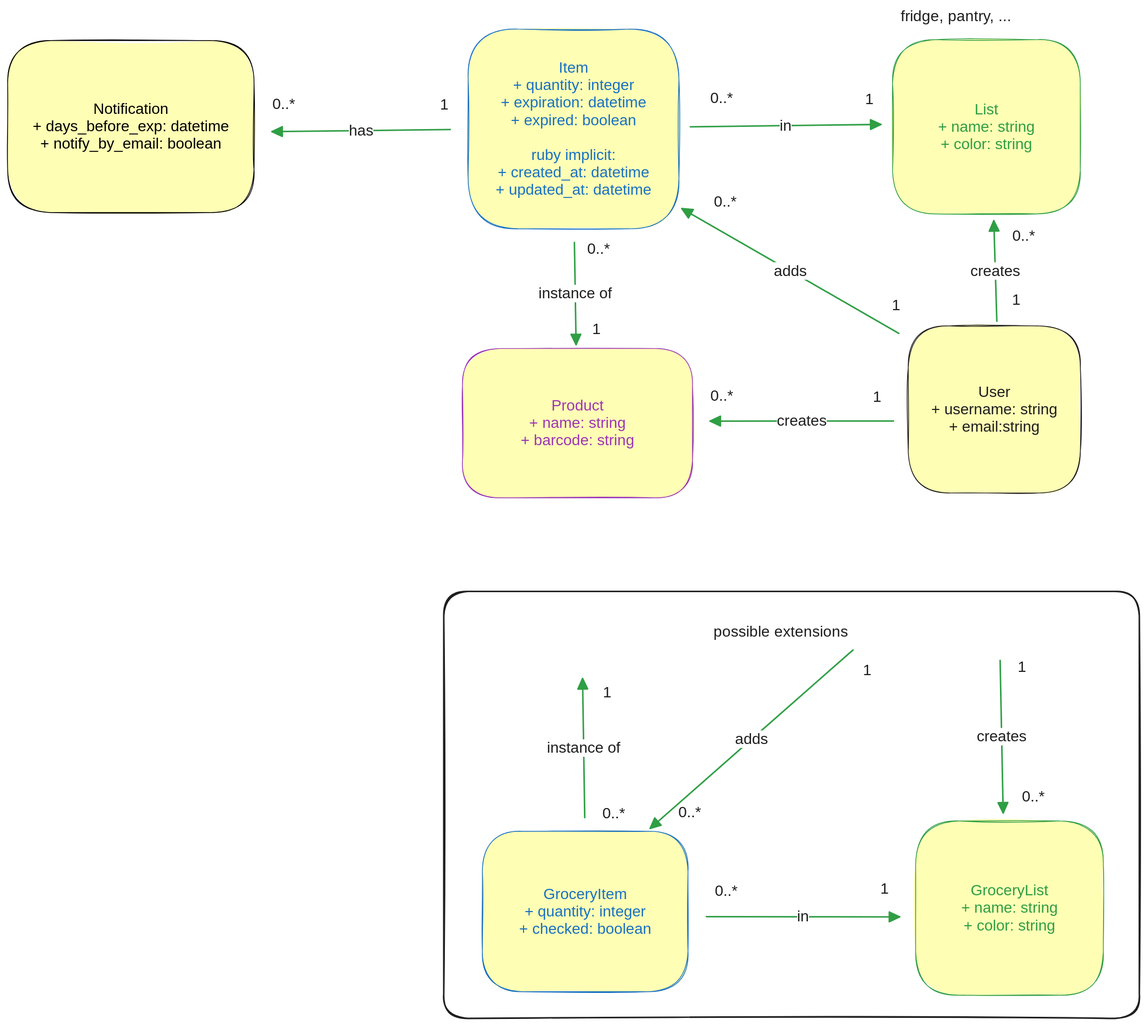
cabaktom/stocked-shelves keeps this Excalidraw diagram as domain_model.excalidraw.svg. Above is the earlier version. Source tidied: one line per element, renumbered; positions are measured from the earlier drawing's top-left corner, leaving out a move shared by most shapes.
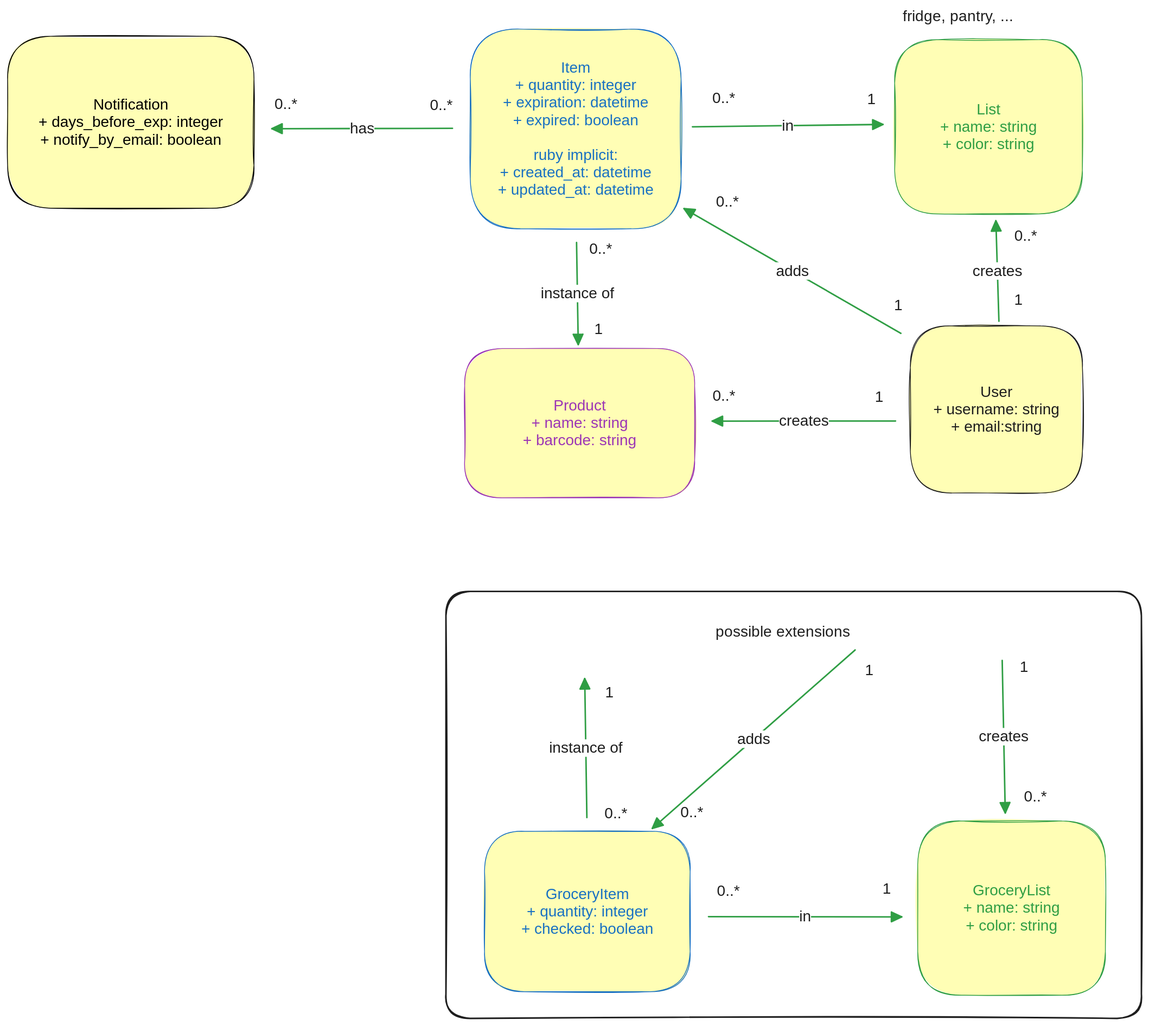
Later version of the same file.

Change to the diagram source:
```diff
@@ -25,16 +25,16 @@
 {"id": 24, "type": "text", "text": "adds", "strokeColor": "#1e1e1e", "strokeWidth": 2, "roughness": 1, "fontSize": 20, "fontFamily": 2, "textAlign": "center", "verticalAlign": "middle", "inside": 23, "x": 1013, "y": 315, "width": 43, "height": 23}
 {"id": 25, "type": "text", "text": "0..*", "strokeColor": "#1e1e1e", "strokeWidth": 2, "roughness": 1, "fontSize": 20, "fontFamily": 2, "x": 930, "y": 244, "width": 30, "height": 23}
 {"id": 26, "type": "text", "text": "1", "strokeColor": "#1e1e1e", "strokeWidth": 2, "roughness": 1, "fontSize": 20, "fontFamily": 2, "x": 1164, "y": 380, "width": 11, "height": 23}
-{"id": 27, "type": "rectangle", "strokeColor": "#000000", "backgroundColor": "#fffeb5", "fillStyle": "solid", "strokeWidth": 1, "roughness": 1, "round": true, "x": 0, "y": 43, "width": 324, "height": 227}
+{"id": 27, "type": "rectangle", "strokeColor": "#000000", "backgroundColor": "#fffeb5", "fillStyle": "solid", "strokeWidth": 1, "roughness": 1, "round": true, "x": -3, "y": 38, "width": 324, "height": 227}
-{"id": 28, "type": "text", "text": "Notification\n+ days_before_exp: datetime\n+ notify_by_email: boolean", "strokeColor": "#000000", "backgroundColor": "#ffdefd", "fillStyle": "solid", "strokeWidth": 1, "roughness": 1, "fontSize": 20, "fontFamily": 2, "textAlign": "center", "verticalAlign": "middle", "round": true, "inside": 27, "x": 33, "y": 122, "width": 259, "height": 69}
+{"id": 28, "type": "text", "text": "Notification\n+ days_before_exp: integer\n+ notify_by_email: boolean", "strokeColor": "#000000", "backgroundColor": "#ffdefd", "fillStyle": "solid", "strokeWidth": 1, "roughness": 1, "fontSize": 20, "fontFamily": 2, "textAlign": "center", "verticalAlign": "middle", "round": true, "inside": 27, "x": 38, "y": 117, "width": 243, "height": 69}
-{"id": 29, "type": "arrow", "strokeColor": "#2f9e44", "strokeWidth": 2, "roughness": 0, "endArrowhead": "triangle", "round": true, "from": 0, "to": 27, "x": 583, "y": 161, "width": 235, "height": 3, "points": [[0, 0], [-235, 3]]}
+{"id": 29, "type": "arrow", "strokeColor": "#2f9e44", "strokeWidth": 2, "roughness": 0, "endArrowhead": "triangle", "round": true, "from": 0, "to": 27, "x": 583, "y": 159, "width": 238, "height": 0, "points": [[0, 0], [-238, 0]]}
 {"id": 30, "type": "text", "text": "has", "strokeColor": "#1e1e1e", "strokeWidth": 2, "roughness": 1, "fontSize": 20, "fontFamily": 2, "textAlign": "center", "verticalAlign": "middle", "inside": 29, "x": 519, "y": 120, "width": 32, "height": 23}
 {"id": 31, "type": "rectangle", "strokeColor": "#1971c2", "backgroundColor": "#fffeb5", "fillStyle": "solid", "strokeWidth": 1, "roughness": 1, "round": true, "x": 625, "y": 1085, "width": 271, "height": 211}
 {"id": 32, "type": "text", "text": "GroceryItem\n+ quantity: integer\n+ checked: boolean", "strokeColor": "#1971c2", "backgroundColor": "#ffdefd", "fillStyle": "solid", "strokeWidth": 1, "roughness": 1, "fontSize": 20, "fontFamily": 2, "textAlign": "center", "verticalAlign": "middle", "round": true, "inside": 31, "x": 673, "y": 1156, "width": 174, "height": 69}
 {"id": 33, "type": "arrow", "strokeColor": "#2f9e44", "strokeWidth": 2, "roughness": 0, "endArrowhead": "triangle", "round": true, "from": 31, "x": 760, "y": 1067, "width": 3, "height": 183, "points": [[0, 0], [-3, -183]]}
 {"id": 34, "type": "text", "text": "instance of", "strokeColor": "#1e1e1e", "strokeWidth": 2, "roughness": 1, "fontSize": 20, "fontFamily": 2, "textAlign": "center", "verticalAlign": "middle", "inside": 33, "x": 500, "y": 526, "width": 97, "height": 23}
 {"id": 35, "type": "text", "text": "0..*", "strokeColor": "#1e1e1e", "strokeWidth": 2, "roughness": 1, "fontSize": 20, "fontFamily": 2, "x": 348, "y": 116, "width": 30, "height": 23}
-{"id": 36, "type": "text", "text": "1", "strokeColor": "#1e1e1e", "strokeWidth": 2, "roughness": 1, "fontSize": 20, "fontFamily": 2, "x": 569, "y": 117, "width": 11, "height": 23}
+{"id": 57, "type": "text", "text": "0..*", "strokeColor": "#1e1e1e", "strokeWidth": 2, "roughness": 1, "fontSize": 20, "fontFamily": 2, "x": 553, "y": 117, "width": 30, "height": 23}
 {"id": 37, "type": "text", "text": "1", "strokeColor": "#1e1e1e", "strokeWidth": 2, "roughness": 1, "fontSize": 20, "fontFamily": 2, "x": 784, "y": 891, "width": 11, "height": 23}
 {"id": 38, "type": "text", "text": "0..*", "strokeColor": "#1e1e1e", "strokeWidth": 2, "roughness": 1, "fontSize": 20, "fontFamily": 2, "x": 783, "y": 1050, "width": 30, "height": 23}
 {"id": 39, "type": "text", "text": "1", "strokeColor": "#1e1e1e", "strokeWidth": 2, "roughness": 1, "fontSize": 20, "fontFamily": 2, "x": 1322, "y": 374, "width": 11, "height": 23}
```
